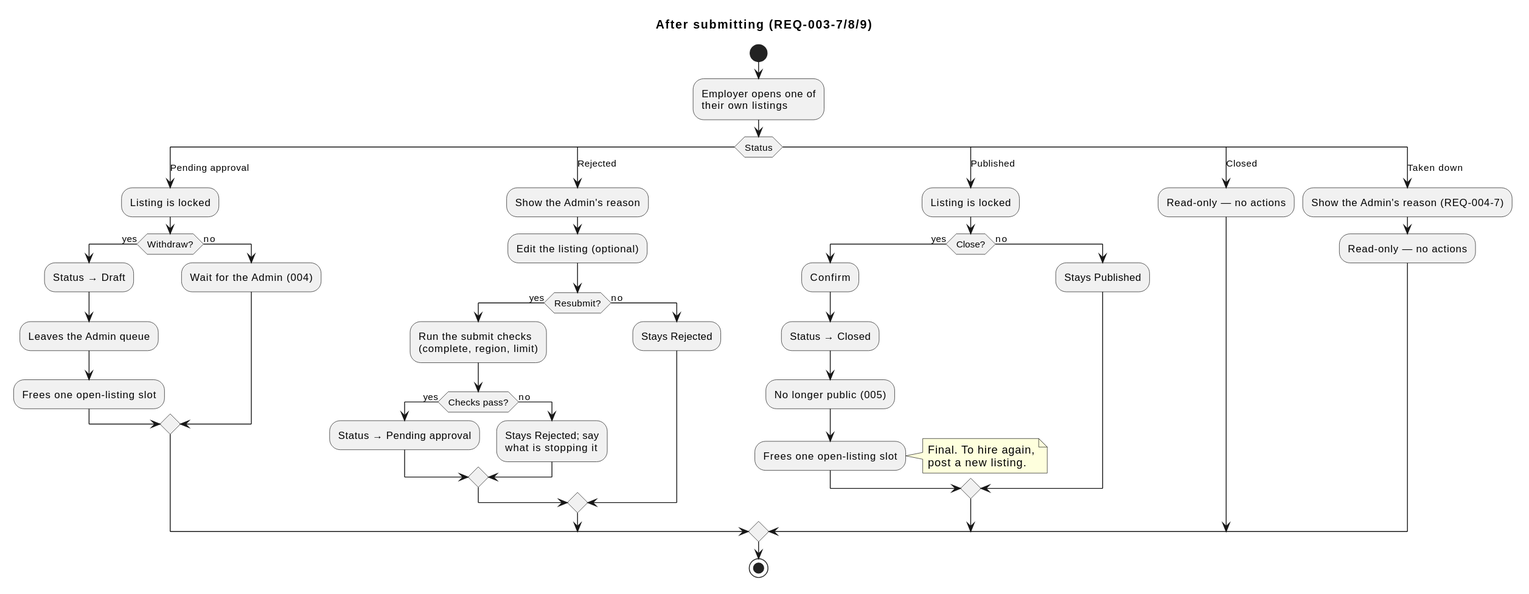
This is docs/specs/003-listings-employer-posting/diagrams/activity-after-submitting.svg from raseniero/jairojobs-elixir, a PlantUML export, as it was before one commit.
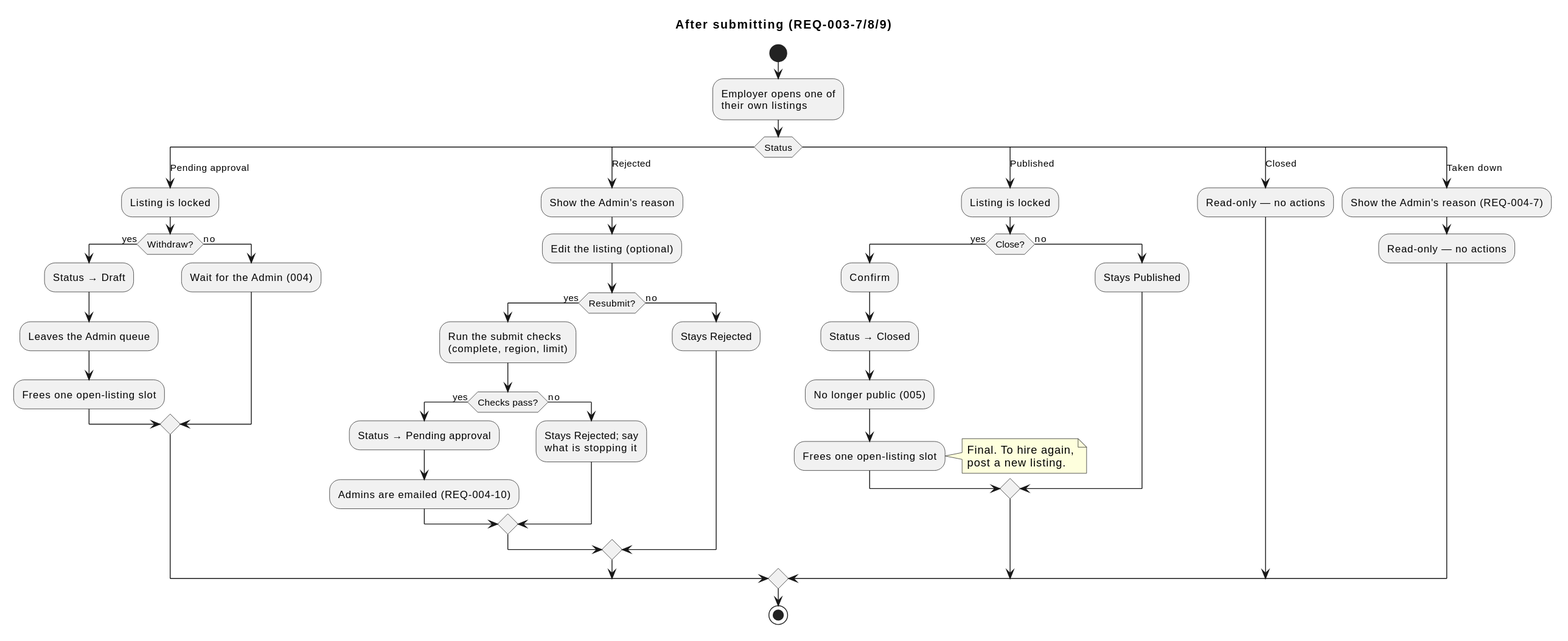
The same diagram one commit later.

The edit, as a diff of the source:
```diff
@@ -22,6 +22,7 @@
     (complete, region, limit);
     if (Checks pass?) then (yes)
       :Status → Pending approval;
+      :Admins are emailed (REQ-004-10);
     else (no)
       :Stays Rejected; say
       what is stopping it;
```
